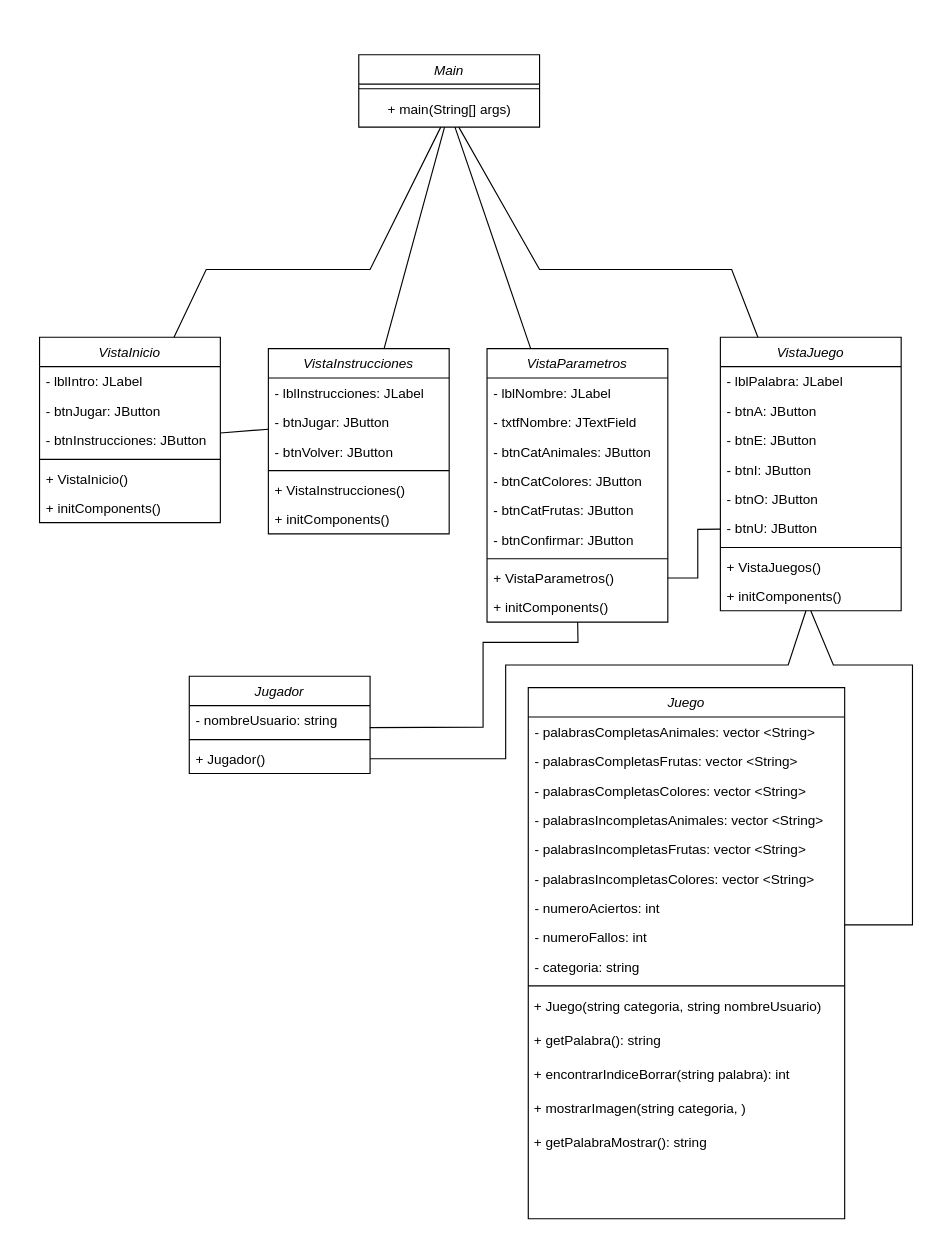
puyojulian/MiniProyecto1FPOE keeps this draw.io diagram as Diagrama de Clases MiniProyecto1.drawio. Above is the earlier version. Source tidied: cells renumbered, new cells numbered last; positions are measured from the earlier drawing's top-left corner, leaving out a move shared by most shapes. Both pictures are drawn from the tidied source at 113%, with x=0, y=0 at pixel (40, 54).
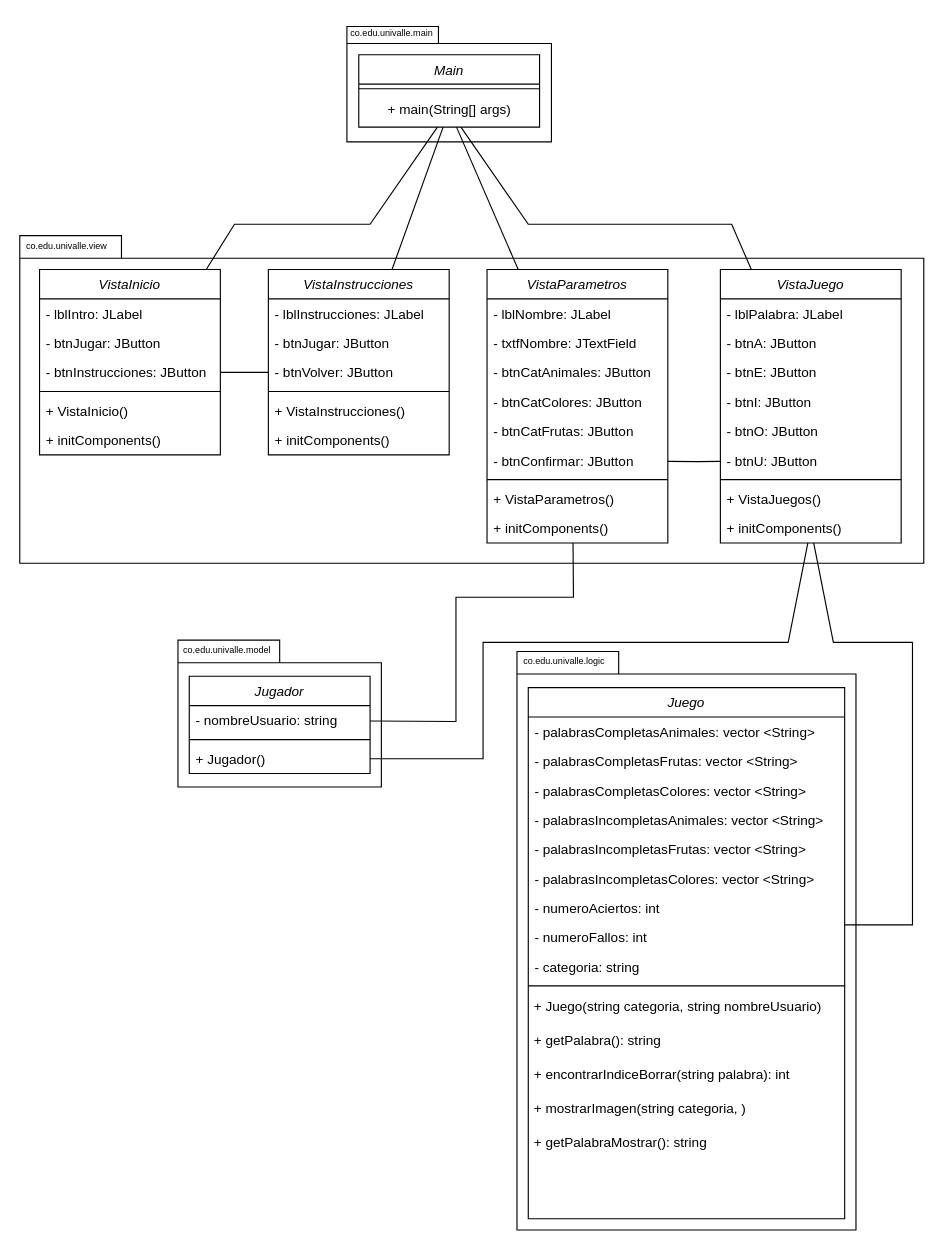
After the change.

Commit message:
Paquetes añadidos

The change refers to these unchanged cells:
```xml
<mxCell id="4" value="+ main(String[] args)" style="text;html=1;align=center;verticalAlign=middle;points=[];strokeColor=none;fillColor=none;" parent="2" vertex="1">
  <mxGeometry y="34" width="160" height="30" as="geometry" />
</mxCell>
<mxCell id="7" value="- btnJugar: JButton" style="text;align=left;verticalAlign=top;spacingLeft=4;spacingRight=4;overflow=hidden;points=[[0,0.5],[1,0.5]];portConstraint=eastwest;rounded=0;shadow=0;html=0;" parent="5" vertex="1">
  <mxGeometry y="52" width="160" height="26" as="geometry" />
</mxCell>
<mxCell id="8" value="- btnVolver: JButton" style="text;align=left;verticalAlign=top;spacingLeft=4;spacingRight=4;overflow=hidden;points=[[0,0.5],[1,0.5]];portConstraint=eastwest;rounded=0;shadow=0;html=0;" parent="5" vertex="1">
  <mxGeometry y="78" width="160" height="26" as="geometry" />
</mxCell>
<mxCell id="31" value="- btnInstrucciones: JButton" style="text;align=left;verticalAlign=top;spacingLeft=4;spacingRight=4;overflow=hidden;points=[[0,0.5],[1,0.5]];portConstraint=eastwest;rounded=0;shadow=0;html=0;" parent="28" vertex="1">
  <mxGeometry y="78" width="160" height="26" as="geometry" />
</mxCell>
<mxCell id="41" value="- btnConfirmar: JButton" style="text;align=left;verticalAlign=top;spacingLeft=4;spacingRight=4;overflow=hidden;points=[[0,0.5],[1,0.5]];portConstraint=eastwest;rounded=0;shadow=0;html=0;" parent="35" vertex="1">
  <mxGeometry y="156" width="160" height="26" as="geometry" />
</mxCell>
<mxCell id="43" value="+ VistaParametros()" style="text;align=left;verticalAlign=top;spacingLeft=4;spacingRight=4;overflow=hidden;points=[[0,0.5],[1,0.5]];portConstraint=eastwest;" parent="35" vertex="1">
  <mxGeometry y="190" width="160" height="26" as="geometry" />
</mxCell>
<mxCell id="44" value="+ initComponents()" style="text;align=left;verticalAlign=top;spacingLeft=4;spacingRight=4;overflow=hidden;points=[[0,0.5],[1,0.5]];portConstraint=eastwest;" parent="35" vertex="1">
  <mxGeometry y="216" width="160" height="26" as="geometry" />
</mxCell>
<mxCell id="55" value="- btnU: JButton" style="text;align=left;verticalAlign=top;spacingLeft=4;spacingRight=4;overflow=hidden;points=[[0,0.5],[1,0.5]];portConstraint=eastwest;rounded=0;shadow=0;html=0;" parent="49" vertex="1">
  <mxGeometry y="156" width="160" height="26" as="geometry" />
</mxCell>
<mxCell id="58" value="+ initComponents()" style="text;align=left;verticalAlign=top;spacingLeft=4;spacingRight=4;overflow=hidden;points=[[0,0.5],[1,0.5]];portConstraint=eastwest;" parent="49" vertex="1">
  <mxGeometry y="216" width="160" height="26" as="geometry" />
</mxCell>
```

The edit, as a diff of the source:
```diff
@@
+    <mxCell id="68" style="shape=folder;fontStyle=1;spacingTop=10;tabWidth=81;tabHeight=15;tabPosition=left;html=1;whiteSpace=wrap;" parent="1" vertex="1">
+      <mxGeometry x="271.5" y="-25" width="181" height="102" as="geometry" />
+    </mxCell>
+    <mxCell id="69" style="shape=folder;fontStyle=1;spacingTop=10;tabWidth=90;tabHeight=20;tabPosition=left;html=1;whiteSpace=wrap;" parent="1" vertex="1">
+      <mxGeometry x="422" y="528" width="300" height="512" as="geometry" />
+    </mxCell>
+    <mxCell id="70" style="shape=folder;fontStyle=1;spacingTop=10;tabWidth=90;tabHeight=20;tabPosition=left;html=1;whiteSpace=wrap;" parent="1" vertex="1">
+      <mxGeometry x="122" y="518" width="180" height="130" as="geometry" />
+    </mxCell>
+    <mxCell id="62" value="Jugador" style="swimlane;fontStyle=2;align=center;verticalAlign=top;horizontal=1;startSize=26;rounded=0;shadow=0;strokeWidth=1;" parent="1" vertex="1">
+      <mxGeometry x="132" y="550" width="160" height="86" as="geometry" />
+    </mxCell>
+    <mxCell id="63" value="- nombreUsuario: string" style="text;align=left;verticalAlign=top;spacingLeft=4;spacingRight=4;overflow=hidden;points=[[0,0.5],[1,0.5]];portConstraint=eastwest;" parent="62" vertex="1">
+      <mxGeometry y="26" width="160" height="26" as="geometry" />
+    </mxCell>
+    <mxCell id="64" style="line;html=1;strokeWidth=1;align=left;verticalAlign=middle;spacingTop=-1;spacingLeft=3;spacingRight=3;labelPosition=right;" parent="62" vertex="1">
+      <mxGeometry y="52" width="160" height="8" as="geometry" />
+    </mxCell>
+    <mxCell id="65" value="+ Jugador()" style="text;align=left;verticalAlign=top;spacingLeft=4;spacingRight=4;overflow=hidden;points=[[0,0.5],[1,0.5]];portConstraint=eastwest;" parent="62" vertex="1">
+      <mxGeometry y="60" width="160" height="26" as="geometry" />
+    </mxCell>
+    <mxCell id="71" style="shape=folder;fontStyle=1;spacingTop=10;tabWidth=90;tabHeight=20;tabPosition=left;html=1;whiteSpace=wrap;" parent="1" vertex="1">
+      <mxGeometry x="-18" y="160" width="800" height="290" as="geometry" />
+    </mxCell>
@@
     <mxCell id="5" value="VistaInstrucciones" style="swimlane;fontStyle=2;align=center;verticalAlign=top;horizontal=1;startSize=26;rounded=0;shadow=0;strokeWidth=1;" parent="1" vertex="1">
-      <mxGeometry x="202" y="260" width="160" height="164" as="geometry" />
+      <mxGeometry x="202" y="190" width="160" height="164" as="geometry" />
     </mxCell>
@@
     <mxCell id="28" value="VistaInicio" style="swimlane;fontStyle=2;align=center;verticalAlign=top;horizontal=1;startSize=26;rounded=0;shadow=0;strokeWidth=1;" parent="1" vertex="1">
-      <mxGeometry x="-0.5" y="250" width="160" height="164" as="geometry" />
+      <mxGeometry x="-0.5" y="190" width="160" height="164" as="geometry" />
     </mxCell>
@@
     <mxCell id="35" value="VistaParametros" style="swimlane;fontStyle=2;align=center;verticalAlign=top;horizontal=1;startSize=26;rounded=0;shadow=0;strokeWidth=1;" parent="1" vertex="1">
-      <mxGeometry x="395.5" y="260" width="160" height="242" as="geometry" />
+      <mxGeometry x="395.5" y="190" width="160" height="242" as="geometry" />
     </mxCell>
@@
     <mxCell id="45" style="endArrow=none;html=1;rounded=0;" parent="1" edge="1" source="28" target="4">
       <mxGeometry relative="1" as="geometry">
         <Array as="points">
           <mxPoint x="147" y="190" />
-          <mxPoint x="292" y="190" />
+          <mxPoint x="172" y="150" />
+          <mxPoint x="292" y="150" />
         </Array>
       </mxGeometry>
     </mxCell>
@@
-    <mxCell id="48" style="endArrow=none;html=1;rounded=0;" parent="1" edge="1">
+    <mxCell id="48" style="endArrow=none;html=1;rounded=0;" parent="1" edge="1" target="58">
       <mxGeometry relative="1" as="geometry">
         <mxPoint x="712" y="770" as="sourcePoint" />
-        <mxPoint x="682" y="492" as="targetPoint" />
         <Array as="points">
           <mxPoint x="772" y="770" />
-          <mxPoint x="772" y="540" />
-          <mxPoint x="702" y="540" />
+          <mxPoint x="772" y="520" />
+          <mxPoint x="702" y="520" />
         </Array>
       </mxGeometry>
     </mxCell>
     <mxCell id="49" value="VistaJuego" style="swimlane;fontStyle=2;align=center;verticalAlign=top;horizontal=1;startSize=26;rounded=0;shadow=0;strokeWidth=1;" parent="1" vertex="1">
-      <mxGeometry x="602" y="250" width="160" height="242" as="geometry" />
+      <mxGeometry x="602" y="190" width="160" height="242" as="geometry" />
     </mxCell>
@@
     <mxCell id="59" style="endArrow=none;html=1;rounded=0;" parent="1" edge="1" source="4" target="49">
       <mxGeometry relative="1" as="geometry">
         <Array as="points">
-          <mxPoint x="442" y="190" />
-          <mxPoint x="612" y="190" />
+          <mxPoint x="432" y="150" />
+          <mxPoint x="582" y="150" />
+          <mxPoint x="612" y="150" />
         </Array>
       </mxGeometry>
     </mxCell>
-    <mxCell id="60" style="endArrow=none;html=1;rounded=0;exitX=0.998;exitY=0.745;exitDx=0;exitDy=0;exitPerimeter=0;" parent="1" edge="1" source="63" target="44">
+    <mxCell id="60" style="endArrow=none;html=1;rounded=0;" parent="1" edge="1" source="63">
       <mxGeometry relative="1" as="geometry">
+        <mxPoint x="471.6" y="432" as="targetPoint" />
         <Array as="points">
-          <mxPoint x="392" y="595" />
-          <mxPoint x="392" y="520" />
-          <mxPoint x="476" y="520" />
+          <mxPoint x="368" y="590" />
+          <mxPoint x="368" y="480" />
+          <mxPoint x="472" y="480" />
         </Array>
       </mxGeometry>
     </mxCell>
-    <mxCell id="61" style="endArrow=none;html=1;rounded=0;" parent="1" edge="1" source="31" target="7">
+    <mxCell id="61" style="endArrow=none;html=1;rounded=0;" parent="1" edge="1" source="31" target="8">
       <mxGeometry relative="1" as="geometry" />
     </mxCell>
-    <mxCell id="62" value="Jugador" style="swimlane;fontStyle=2;align=center;verticalAlign=top;horizontal=1;startSize=26;rounded=0;shadow=0;strokeWidth=1;" parent="1" vertex="1">
-      <mxGeometry x="132" y="550" width="160" height="86" as="geometry" />
-    </mxCell>
-    <mxCell id="63" value="- nombreUsuario: string" style="text;align=left;verticalAlign=top;spacingLeft=4;spacingRight=4;overflow=hidden;points=[[0,0.5],[1,0.5]];portConstraint=eastwest;" parent="62" vertex="1">
-      <mxGeometry y="26" width="160" height="26" as="geometry" />
-    </mxCell>
-    <mxCell id="64" style="line;html=1;strokeWidth=1;align=left;verticalAlign=middle;spacingTop=-1;spacingLeft=3;spacingRight=3;labelPosition=right;" parent="62" vertex="1">
-      <mxGeometry y="52" width="160" height="8" as="geometry" />
-    </mxCell>
-    <mxCell id="65" value="+ Jugador()" style="text;align=left;verticalAlign=top;spacingLeft=4;spacingRight=4;overflow=hidden;points=[[0,0.5],[1,0.5]];portConstraint=eastwest;" parent="62" vertex="1">
-      <mxGeometry y="60" width="160" height="26" as="geometry" />
-    </mxCell>
-    <mxCell id="66" style="endArrow=none;html=1;rounded=0;exitX=1;exitY=0.5;exitDx=0;exitDy=0;" parent="1" edge="1" source="65" target="58">
+    <mxCell id="66" style="endArrow=none;html=1;rounded=0;" parent="1" edge="1" source="65" target="58">
       <mxGeometry relative="1" as="geometry">
         <Array as="points">
-          <mxPoint x="412" y="623" />
-          <mxPoint x="412" y="540" />
-          <mxPoint x="662" y="540" />
+          <mxPoint x="392" y="623" />
+          <mxPoint x="392" y="520" />
+          <mxPoint x="662" y="520" />
         </Array>
       </mxGeometry>
     </mxCell>
-    <mxCell id="67" style="endArrow=none;html=1;rounded=0;entryX=1;entryY=0.5;entryDx=0;entryDy=0;" parent="1" edge="1" source="55" target="43">
+    <mxCell id="67" style="endArrow=none;html=1;rounded=0;" parent="1" edge="1" source="55" target="41">
       <mxGeometry relative="1" as="geometry">
         <Array as="points">
-          <mxPoint x="582" y="420" />
-          <mxPoint x="582" y="463" />
+          <mxPoint x="582" y="360" />
         </Array>
       </mxGeometry>
     </mxCell>
+    <mxCell id="72" value="&lt;font style=&quot;font-size: 8px;&quot;&gt;co.edu.univalle.model&lt;/font&gt;" style="text;html=1;align=left;verticalAlign=bottom;strokeColor=none;fillColor=none;fontSize=8;" parent="1" vertex="1">
+      <mxGeometry x="125" y="515" width="100" height="20" as="geometry" />
+    </mxCell>
+    <mxCell id="73" value="&lt;font style=&quot;font-size: 8px;&quot;&gt;co.edu.univalle.logic&lt;/font&gt;" style="text;html=1;align=left;verticalAlign=bottom;strokeColor=none;fillColor=none;fontSize=8;" parent="1" vertex="1">
+      <mxGeometry x="425.5" y="525" width="100" height="20" as="geometry" />
+    </mxCell>
+    <mxCell id="74" value="&lt;font style=&quot;font-size: 8px;&quot;&gt;co.edu.univalle.view&lt;/font&gt;" style="text;html=1;align=left;verticalAlign=bottom;strokeColor=none;fillColor=none;fontSize=8;" parent="1" vertex="1">
+      <mxGeometry x="-14" y="157" width="100" height="20" as="geometry" />
+    </mxCell>
+    <mxCell id="75" value="&lt;font style=&quot;font-size: 8px;&quot;&gt;co.edu.univalle.main&lt;/font&gt;" style="text;html=1;align=left;verticalAlign=bottom;strokeColor=none;fillColor=none;fontSize=8;" parent="1" vertex="1">
+      <mxGeometry x="273" y="-31" width="100" height="20" as="geometry" />
+    </mxCell>
```
